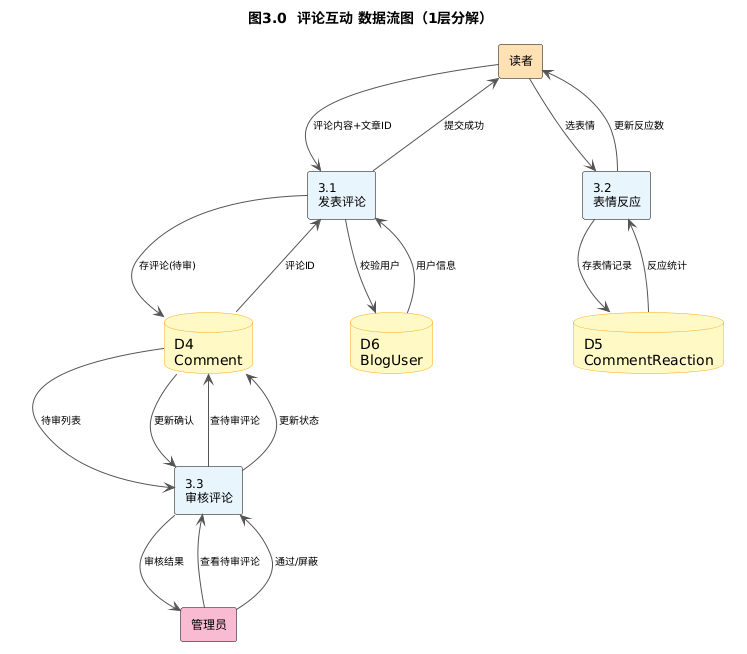
The PlantUML diagram doc/素材/纪秀茹/DFD-3评论互动.png in xiongyuanhao0525-bot/Class3-Group4, before a commit.
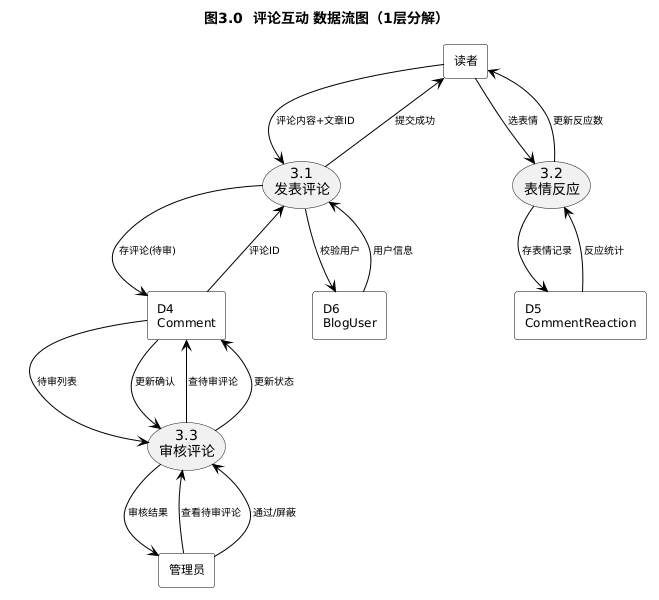
The same file after the commit.

What changed in the source:
```diff
@@ -1,30 +1,26 @@
 @startuml
 skinparam defaultFontName "Microsoft YaHei"
-skinparam nodesep 60
-skinparam ranksep 80
+skinparam nodesep 50
+skinparam ranksep 70
 skinparam rectangle {
-  BackgroundColor #FEFEFE
+  BackgroundColor white
   BorderColor black
   FontSize 12
 }
-skinparam database {
-  BackgroundColor #FFF9C4
-  BorderColor #F9A825
-}
 skinparam ArrowFontSize 10
-skinparam ArrowColor #555555
+skinparam ArrowColor black
 title 图3.0  评论互动 数据流图（1层分解）
 
-rectangle "读者" as E1 #FFE0B2
-rectangle "管理员" as E3 #F8BBD0
+rectangle "读者" as E1
+rectangle "管理员" as E3
 
-rectangle "3.1\n发表评论" as P31 #E8F4FD
-rectangle "3.2\n表情反应" as P32 #E8F4FD
-rectangle "3.3\n审核评论" as P33 #E8F4FD
+usecase "3.1\n发表评论" as P31
+usecase "3.2\n表情反应" as P32
+usecase "3.3\n审核评论" as P33
 
-database "D4\nComment" as D4 #FFF9C4
-database "D5\nCommentReaction" as D5 #FFF9C4
-database "D6\nBlogUser" as D6 #FFF9C4
+rectangle "D4\nComment" as D4
+rectangle "D5\nCommentReaction" as D5
+rectangle "D6\nBlogUser" as D6
 
 E1 --> P31 : 评论内容+文章ID
 P31 --> D6 : 校验用户
```
